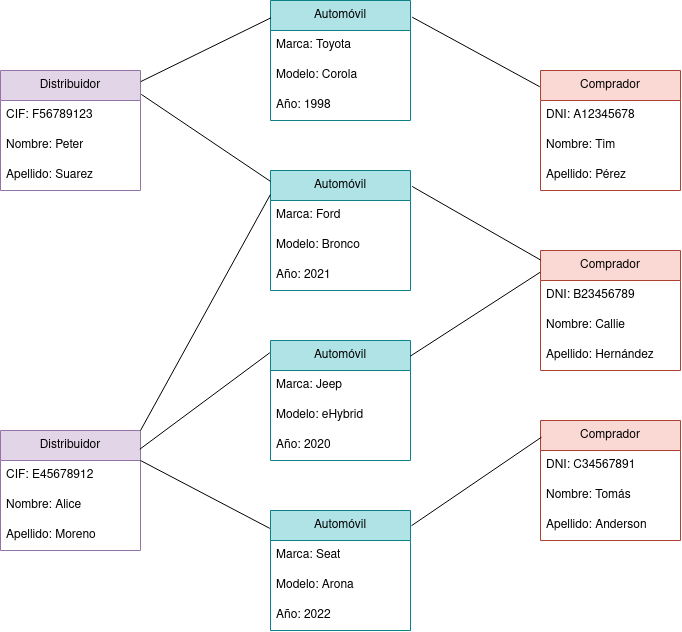
Earlier version of the draw.io export diagramas/diagrama_objetos.png (Chugani05/entorno_de_desarrollo). Source tidied: cells renumbered, new cells last; positions are measured from the earlier drawing's top-left corner, leaving out a move shared by most shapes.
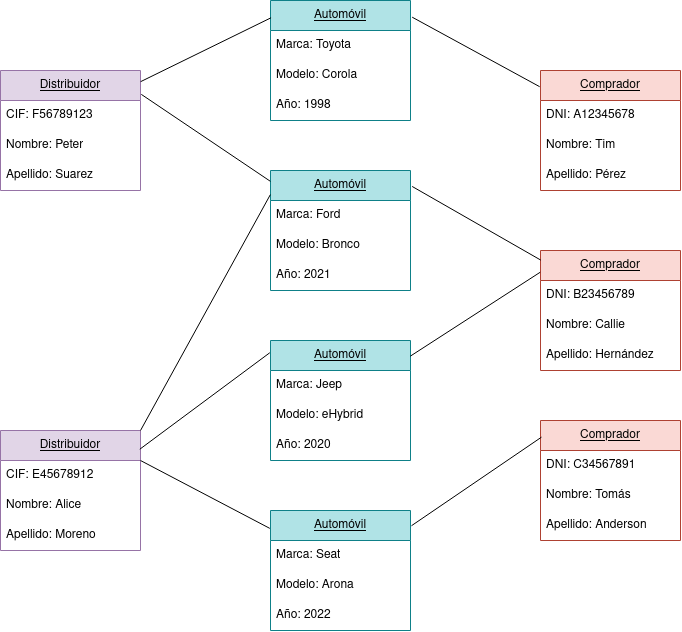
The same diagram one commit later.

The edit, as a diff of the source:
```diff
@@ -2,7 +2,7 @@
   <root>
     <mxCell id="0" />
     <mxCell id="1" parent="0" />
-    <mxCell id="2" value="Automóvil" style="swimlane;fontStyle=0;horizontal=1;startSize=30;whiteSpace=wrap;html=1;fillColor=#b0e3e6;strokeColor=#0e8088;" parent="1" vertex="1">
+    <mxCell id="2" value="&lt;u&gt;Automóvil&lt;/u&gt;" style="swimlane;fontStyle=0;horizontal=1;startSize=30;whiteSpace=wrap;html=1;fillColor=#b0e3e6;strokeColor=#0e8088;" parent="1" vertex="1">
       <mxGeometry x="270" width="140" height="120" as="geometry" />
     </mxCell>
     <mxCell id="3" value="Marca: Toyota" style="text;strokeColor=none;fillColor=none;align=left;verticalAlign=middle;spacingLeft=4;spacingRight=4;overflow=hidden;whiteSpace=wrap;html=1;" parent="2" vertex="1">
@@ -14,7 +14,7 @@
     <mxCell id="5" value="Año: 1998" style="text;strokeColor=none;fillColor=none;align=left;verticalAlign=middle;spacingLeft=4;spacingRight=4;overflow=hidden;whiteSpace=wrap;html=1;" parent="2" vertex="1">
       <mxGeometry y="90" width="140" height="30" as="geometry" />
     </mxCell>
-    <mxCell id="6" value="Automóvil" style="swimlane;fontStyle=0;horizontal=1;startSize=30;whiteSpace=wrap;html=1;fillColor=#b0e3e6;strokeColor=#0e8088;" parent="1" vertex="1">
+    <mxCell id="6" value="&lt;u&gt;Automóvil&lt;/u&gt;" style="swimlane;fontStyle=0;horizontal=1;startSize=30;whiteSpace=wrap;html=1;fillColor=#b0e3e6;strokeColor=#0e8088;" parent="1" vertex="1">
       <mxGeometry x="270" y="170" width="140" height="120" as="geometry" />
     </mxCell>
     <mxCell id="7" value="Marca: Ford" style="text;strokeColor=none;fillColor=none;align=left;verticalAlign=middle;spacingLeft=4;spacingRight=4;overflow=hidden;whiteSpace=wrap;html=1;" parent="6" vertex="1">
@@ -26,7 +26,7 @@
     <mxCell id="9" value="Año: 2021" style="text;strokeColor=none;fillColor=none;align=left;verticalAlign=middle;spacingLeft=4;spacingRight=4;overflow=hidden;whiteSpace=wrap;html=1;" parent="6" vertex="1">
       <mxGeometry y="90" width="140" height="30" as="geometry" />
     </mxCell>
-    <mxCell id="10" value="Automóvil" style="swimlane;fontStyle=0;horizontal=1;startSize=30;whiteSpace=wrap;html=1;fillColor=#b0e3e6;strokeColor=#0e8088;" parent="1" vertex="1">
+    <mxCell id="10" value="&lt;u&gt;Automóvil&lt;/u&gt;" style="swimlane;fontStyle=0;horizontal=1;startSize=30;whiteSpace=wrap;html=1;fillColor=#b0e3e6;strokeColor=#0e8088;" parent="1" vertex="1">
       <mxGeometry x="270" y="510" width="140" height="120" as="geometry" />
     </mxCell>
     <mxCell id="11" value="Marca: Seat" style="text;strokeColor=none;fillColor=none;align=left;verticalAlign=middle;spacingLeft=4;spacingRight=4;overflow=hidden;whiteSpace=wrap;html=1;" parent="10" vertex="1">
@@ -38,7 +38,7 @@
     <mxCell id="13" value="Año: 2022" style="text;strokeColor=none;fillColor=none;align=left;verticalAlign=middle;spacingLeft=4;spacingRight=4;overflow=hidden;whiteSpace=wrap;html=1;" parent="10" vertex="1">
       <mxGeometry y="90" width="140" height="30" as="geometry" />
     </mxCell>
-    <mxCell id="14" value="Automóvil" style="swimlane;fontStyle=0;horizontal=1;startSize=30;whiteSpace=wrap;html=1;fillColor=#b0e3e6;strokeColor=#0e8088;" parent="1" vertex="1">
+    <mxCell id="14" value="&lt;u&gt;Automóvil&lt;/u&gt;" style="swimlane;fontStyle=0;horizontal=1;startSize=30;whiteSpace=wrap;html=1;fillColor=#b0e3e6;strokeColor=#0e8088;" parent="1" vertex="1">
       <mxGeometry x="270" y="340" width="140" height="120" as="geometry" />
     </mxCell>
     <mxCell id="15" value="Marca: Jeep" style="text;strokeColor=none;fillColor=none;align=left;verticalAlign=middle;spacingLeft=4;spacingRight=4;overflow=hidden;whiteSpace=wrap;html=1;" parent="14" vertex="1">
@@ -50,7 +50,7 @@
     <mxCell id="17" value="Año: 2020" style="text;strokeColor=none;fillColor=none;align=left;verticalAlign=middle;spacingLeft=4;spacingRight=4;overflow=hidden;whiteSpace=wrap;html=1;" parent="14" vertex="1">
       <mxGeometry y="90" width="140" height="30" as="geometry" />
     </mxCell>
-    <mxCell id="18" value="Comprador" style="swimlane;fontStyle=0;horizontal=1;startSize=30;whiteSpace=wrap;html=1;fillColor=#fad9d5;strokeColor=#ae4132;" parent="1" vertex="1">
+    <mxCell id="18" value="&lt;u&gt;Comprador&lt;/u&gt;" style="swimlane;fontStyle=0;horizontal=1;startSize=30;whiteSpace=wrap;html=1;fillColor=#fad9d5;strokeColor=#ae4132;" parent="1" vertex="1">
       <mxGeometry x="540" y="70" width="140" height="120" as="geometry" />
     </mxCell>
     <mxCell id="19" value="DNI: A12345678" style="text;strokeColor=none;fillColor=none;align=left;verticalAlign=middle;spacingLeft=4;spacingRight=4;overflow=hidden;whiteSpace=wrap;html=1;" parent="18" vertex="1">
@@ -62,7 +62,7 @@
     <mxCell id="21" value="Apellido: Pérez" style="text;strokeColor=none;fillColor=none;align=left;verticalAlign=middle;spacingLeft=4;spacingRight=4;overflow=hidden;whiteSpace=wrap;html=1;" parent="18" vertex="1">
       <mxGeometry y="90" width="140" height="30" as="geometry" />
     </mxCell>
-    <mxCell id="22" value="Comprador" style="swimlane;fontStyle=0;horizontal=1;startSize=30;whiteSpace=wrap;html=1;fillColor=#fad9d5;strokeColor=#ae4132;" parent="1" vertex="1">
+    <mxCell id="22" value="&lt;u&gt;Comprador&lt;/u&gt;" style="swimlane;fontStyle=0;horizontal=1;startSize=30;whiteSpace=wrap;html=1;fillColor=#fad9d5;strokeColor=#ae4132;" parent="1" vertex="1">
       <mxGeometry x="540" y="250" width="140" height="120" as="geometry" />
     </mxCell>
     <mxCell id="23" value="DNI: B23456789" style="text;strokeColor=none;fillColor=none;align=left;verticalAlign=middle;spacingLeft=4;spacingRight=4;overflow=hidden;whiteSpace=wrap;html=1;" parent="22" vertex="1">
@@ -74,7 +74,7 @@
     <mxCell id="25" value="Apellido: Hernández" style="text;strokeColor=none;fillColor=none;align=left;verticalAlign=middle;spacingLeft=4;spacingRight=4;overflow=hidden;whiteSpace=wrap;html=1;" parent="22" vertex="1">
       <mxGeometry y="90" width="140" height="30" as="geometry" />
     </mxCell>
-    <mxCell id="26" value="Comprador" style="swimlane;fontStyle=0;horizontal=1;startSize=30;whiteSpace=wrap;html=1;fillColor=#fad9d5;strokeColor=#ae4132;" parent="1" vertex="1">
+    <mxCell id="26" value="&lt;u&gt;Comprador&lt;/u&gt;" style="swimlane;fontStyle=0;horizontal=1;startSize=30;whiteSpace=wrap;html=1;fillColor=#fad9d5;strokeColor=#ae4132;" parent="1" vertex="1">
       <mxGeometry x="540" y="420" width="140" height="120" as="geometry" />
     </mxCell>
     <mxCell id="27" value="DNI: C34567891" style="text;strokeColor=none;fillColor=none;align=left;verticalAlign=middle;spacingLeft=4;spacingRight=4;overflow=hidden;whiteSpace=wrap;html=1;" parent="26" vertex="1">
@@ -86,7 +86,7 @@
     <mxCell id="29" value="Apellido: Anderson" style="text;strokeColor=none;fillColor=none;align=left;verticalAlign=middle;spacingLeft=4;spacingRight=4;overflow=hidden;whiteSpace=wrap;html=1;" parent="26" vertex="1">
       <mxGeometry y="90" width="140" height="30" as="geometry" />
     </mxCell>
-    <mxCell id="30" value="Distribuidor" style="swimlane;fontStyle=0;horizontal=1;startSize=30;whiteSpace=wrap;html=1;fillColor=#e1d5e7;strokeColor=#9673a6;" parent="1" vertex="1">
+    <mxCell id="30" value="&lt;u&gt;Distribuidor&lt;/u&gt;" style="swimlane;fontStyle=0;horizontal=1;startSize=30;whiteSpace=wrap;html=1;fillColor=#e1d5e7;strokeColor=#9673a6;" parent="1" vertex="1">
       <mxGeometry y="70" width="140" height="120" as="geometry" />
     </mxCell>
     <mxCell id="31" value="CIF: F56789123" style="text;strokeColor=none;fillColor=none;align=left;verticalAlign=middle;spacingLeft=4;spacingRight=4;overflow=hidden;whiteSpace=wrap;html=1;" parent="30" vertex="1">
@@ -98,7 +98,7 @@
     <mxCell id="33" value="Apellido: Suarez" style="text;strokeColor=none;fillColor=none;align=left;verticalAlign=middle;spacingLeft=4;spacingRight=4;overflow=hidden;whiteSpace=wrap;html=1;" parent="30" vertex="1">
       <mxGeometry y="90" width="140" height="30" as="geometry" />
     </mxCell>
-    <mxCell id="34" value="Distribuidor" style="swimlane;fontStyle=0;horizontal=1;startSize=30;whiteSpace=wrap;html=1;fillColor=#e1d5e7;strokeColor=#9673a6;" parent="1" vertex="1">
+    <mxCell id="34" value="&lt;u&gt;Distribuidor&lt;/u&gt;" style="swimlane;fontStyle=0;horizontal=1;startSize=30;whiteSpace=wrap;html=1;fillColor=#e1d5e7;strokeColor=#9673a6;" parent="1" vertex="1">
       <mxGeometry y="430" width="140" height="120" as="geometry" />
     </mxCell>
     <mxCell id="35" value="CIF: E45678912" style="text;strokeColor=none;fillColor=none;align=left;verticalAlign=middle;spacingLeft=4;spacingRight=4;overflow=hidden;whiteSpace=wrap;html=1;" parent="34" vertex="1">
```
